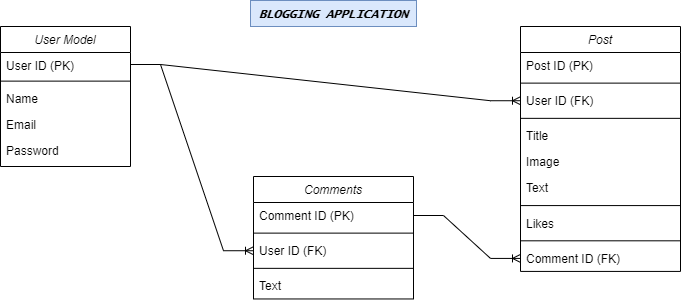
The draw.io diagram Isaac/LabExercises/Module 8/Lab Exercise 1 (Model)/Lab Exercise 1.png in Roy-IOD/SoftwareEngineering-OCT2022, before a commit. Source tidied: cells renumbered, new cells last; positions are measured from the earlier drawing's top-left corner, leaving out a move shared by most shapes.
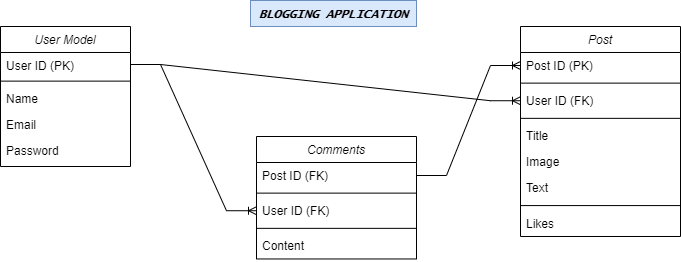
Above is the later version.

Diff of the diagram source:
```diff
@@ -21,7 +21,7 @@
       <mxGeometry y="111.2" width="130" height="26" as="geometry" />
     </mxCell>
     <mxCell id="8" value="Post" style="swimlane;fontStyle=2;align=center;verticalAlign=top;horizontal=1;startSize=26;rounded=0;shadow=0;strokeWidth=1;" parent="1" vertex="1">
-      <mxGeometry x="520" y="26" width="160" height="244.9" as="geometry" />
+      <mxGeometry x="520" y="26" width="160" height="210" as="geometry" />
     </mxCell>
     <mxCell id="9" value="Post ID (PK)" style="text;align=left;verticalAlign=top;spacingLeft=4;spacingRight=4;overflow=hidden;points=[[0,0.5],[1,0.5]];portConstraint=eastwest;" parent="8" vertex="1">
       <mxGeometry y="26" width="160" height="26" as="geometry" />
@@ -50,12 +50,6 @@
     <mxCell id="17" value="Likes" style="text;align=left;verticalAlign=top;spacingLeft=4;spacingRight=4;overflow=hidden;rounded=0;shadow=0;html=0;" parent="8" vertex="1">
       <mxGeometry y="183.7" width="160" height="26" as="geometry" />
     </mxCell>
-    <mxCell id="18" style="line;html=1;strokeWidth=1;align=left;verticalAlign=middle;spacingTop=-1;spacingLeft=3;spacingRight=3;labelPosition=right;" parent="8" vertex="1">
-      <mxGeometry y="209.7" width="160" height="9.2" as="geometry" />
-    </mxCell>
-    <mxCell id="19" value="Comment ID (FK)" style="text;align=left;verticalAlign=top;spacingLeft=4;spacingRight=4;overflow=hidden;points=[[0,0.5],[1,0.5]];portConstraint=eastwest;rounded=0;shadow=0;html=0;" parent="8" vertex="1">
-      <mxGeometry y="218.9" width="160" height="26" as="geometry" />
-    </mxCell>
     <mxCell id="20" value="BLOGGING APPLICATION" style="text;align=center;verticalAlign=top;spacingLeft=4;spacingRight=4;overflow=hidden;fontStyle=3;fillColor=#dae8fc;strokeColor=#6c8ebf;fontFamily=Lucida Console;" parent="1" vertex="1">
       <mxGeometry x="250" width="166" height="26" as="geometry" />
     </mxCell>
@@ -63,9 +57,9 @@
       <mxGeometry relative="1" as="geometry" />
     </mxCell>
     <mxCell id="22" value="Comments" style="swimlane;fontStyle=2;align=center;verticalAlign=top;horizontal=1;startSize=26;rounded=0;shadow=0;strokeWidth=1;" parent="1" vertex="1">
-      <mxGeometry x="253" y="176" width="160" height="122.5" as="geometry" />
+      <mxGeometry x="256" y="136" width="160" height="122.5" as="geometry" />
     </mxCell>
-    <mxCell id="23" value="Comment ID (PK)" style="text;align=left;verticalAlign=top;spacingLeft=4;spacingRight=4;overflow=hidden;points=[[0,0.5],[1,0.5]];portConstraint=eastwest;" parent="22" vertex="1">
+    <mxCell id="23" value="Post ID (FK)" style="text;align=left;verticalAlign=top;spacingLeft=4;spacingRight=4;overflow=hidden;points=[[0,0.5],[1,0.5]];portConstraint=eastwest;" parent="22" vertex="1">
       <mxGeometry y="26" width="160" height="26" as="geometry" />
     </mxCell>
     <mxCell id="24" style="line;html=1;strokeWidth=1;align=left;verticalAlign=middle;spacingTop=-1;spacingLeft=3;spacingRight=3;labelPosition=right;" parent="22" vertex="1">
@@ -77,13 +71,13 @@
     <mxCell id="26" style="line;html=1;strokeWidth=1;align=left;verticalAlign=middle;spacingTop=-1;spacingLeft=3;spacingRight=3;labelPosition=right;" parent="22" vertex="1">
       <mxGeometry y="87.2" width="160" height="9.2" as="geometry" />
     </mxCell>
-    <mxCell id="27" value="Text" style="text;align=left;verticalAlign=top;spacingLeft=4;spacingRight=4;overflow=hidden;rounded=0;shadow=0;html=0;" parent="22" vertex="1">
-      <mxGeometry y="96.5" width="160" height="26" as="geometry" />
-    </mxCell>
+    <mxCell id="30" value="Content" style="text;align=left;verticalAlign=top;spacingLeft=4;spacingRight=4;overflow=hidden;rounded=0;shadow=0;html=0;" parent="22" vertex="1">
+      <mxGeometry y="96.5" width="160" height="26" as="geometry" />
+    </mxCell>
     <mxCell id="28" style="edgeStyle=entityRelationEdgeStyle;fontSize=12;html=1;endArrow=ERoneToMany;rounded=0;exitX=1;exitY=0.5;exitDx=0;exitDy=0;" parent="1" edge="1" source="3" target="25">
       <mxGeometry relative="1" as="geometry" />
     </mxCell>
-    <mxCell id="29" style="edgeStyle=entityRelationEdgeStyle;fontSize=12;html=1;endArrow=ERoneToMany;rounded=0;" parent="1" edge="1" source="23" target="19">
+    <mxCell id="29" style="edgeStyle=entityRelationEdgeStyle;fontSize=12;html=1;endArrow=ERoneToMany;rounded=0;" parent="1" edge="1" source="23" target="9">
       <mxGeometry relative="1" as="geometry" />
     </mxCell>
   </root>
```
